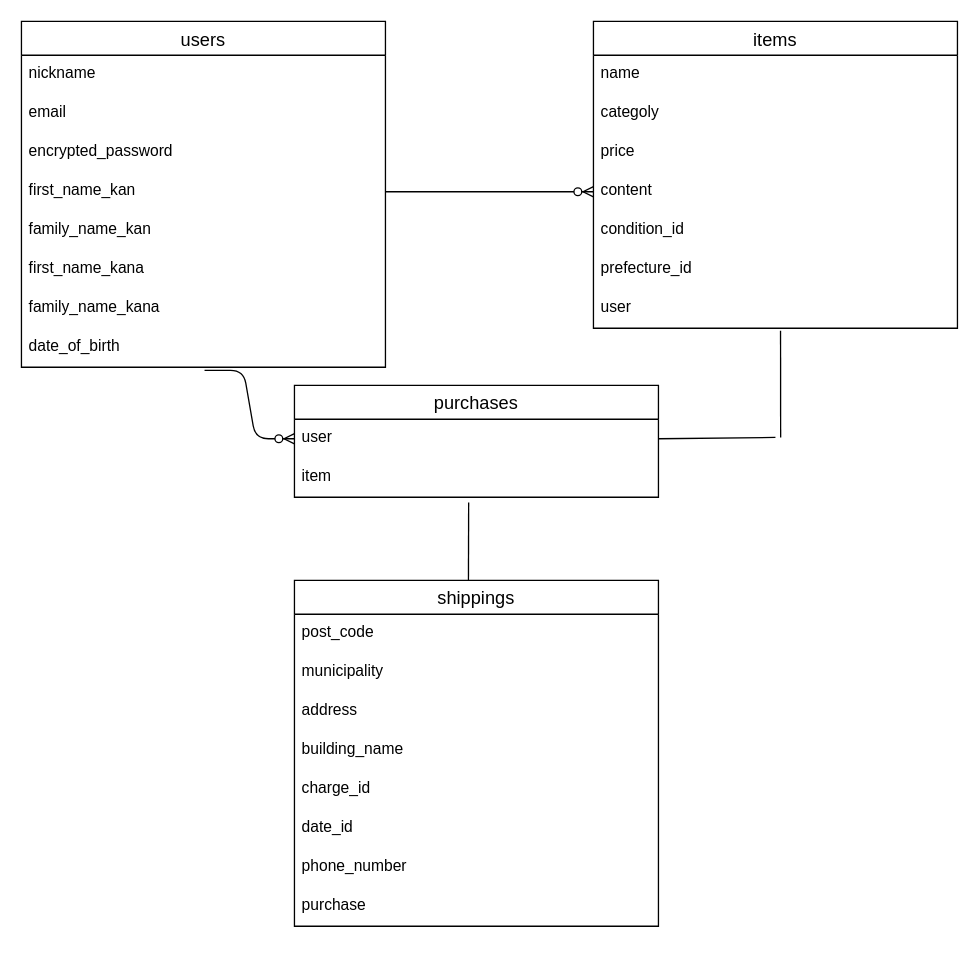
Gussan0829/furima-37407 keeps this draw.io diagram as ER.dio. Above is the earlier version. Source tidied: cells renumbered, new cells numbered last; positions are measured from the earlier drawing's top-left corner, leaving out a move shared by most shapes. Both pictures are drawn from the tidied source at 130%, with x=0, y=0 at pixel (21, 21).
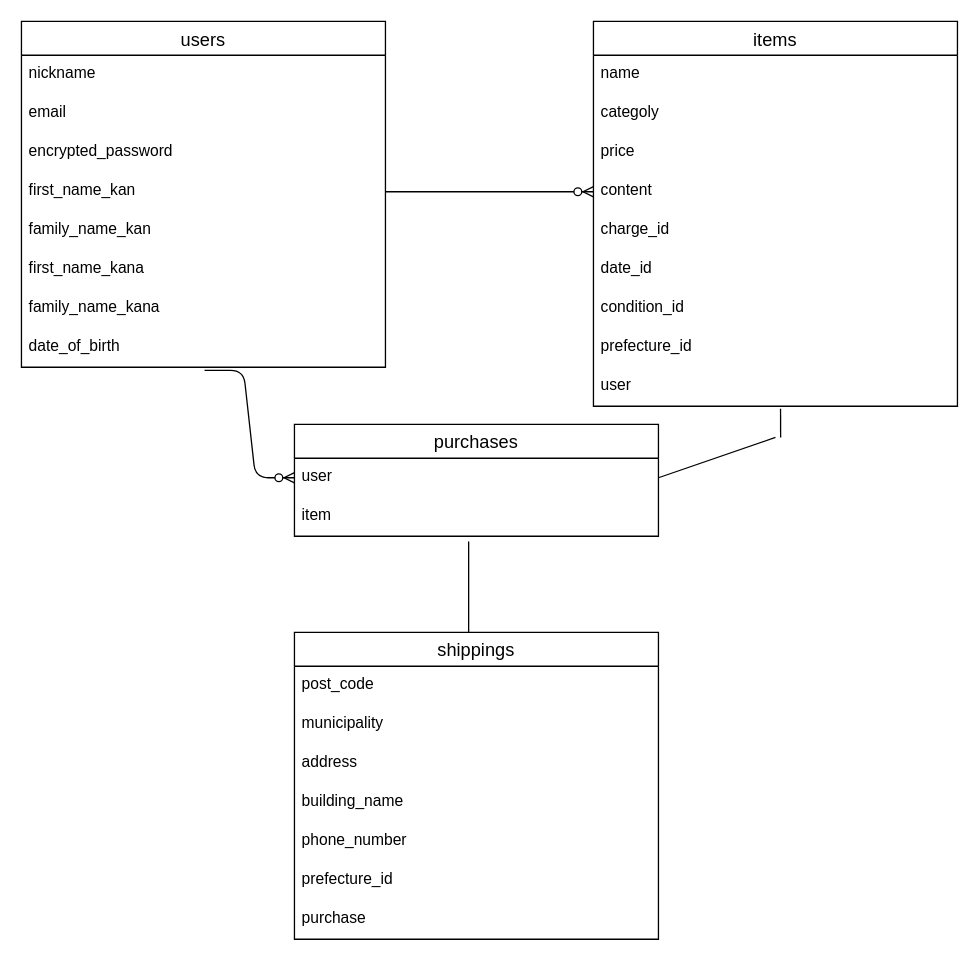
The same diagram, later.

Commit message (it also covers changes not shown here):
データベース設計の修正

Change to the diagram source:
```diff
@@
     <mxCell id="11" value="items" style="swimlane;fontStyle=0;horizontal=1;startSize=26;align=center;fontSize=14;rotation=0;" parent="1" vertex="1">
-      <mxGeometry x="440" width="280" height="236" as="geometry" />
+      <mxGeometry x="440" width="280" height="296" as="geometry" />
     </mxCell>
@@
+    <mxCell id="24" value="charge_id" style="text;strokeColor=none;fillColor=none;spacingLeft=4;spacingRight=4;overflow=hidden;fontSize=12;" parent="11" vertex="1">
+      <mxGeometry y="146" width="280" height="30" as="geometry" />
+    </mxCell>
+    <mxCell id="25" value="date_id" style="text;strokeColor=none;fillColor=none;spacingLeft=4;spacingRight=4;overflow=hidden;fontSize=12;" parent="11" vertex="1">
+      <mxGeometry y="176" width="280" height="30" as="geometry" />
+    </mxCell>
     <mxCell id="16" value="condition_id" style="text;strokeColor=none;fillColor=none;spacingLeft=4;spacingRight=4;overflow=hidden;fontSize=12;" parent="11" vertex="1">
-      <mxGeometry y="146" width="280" height="30" as="geometry" />
+      <mxGeometry y="206" width="280" height="30" as="geometry" />
     </mxCell>
     <mxCell id="17" value="prefecture_id" style="text;strokeColor=none;fillColor=none;spacingLeft=4;spacingRight=4;overflow=hidden;fontSize=12;" parent="11" vertex="1">
-      <mxGeometry y="176" width="280" height="30" as="geometry" />
+      <mxGeometry y="236" width="280" height="30" as="geometry" />
     </mxCell>
     <mxCell id="18" value="user" style="text;strokeColor=none;fillColor=none;spacingLeft=4;spacingRight=4;overflow=hidden;points=[[0,0.5],[1,0.5]];portConstraint=eastwest;fontSize=12;" parent="11" vertex="1">
-      <mxGeometry y="206" width="280" height="30" as="geometry" />
+      <mxGeometry y="266" width="280" height="30" as="geometry" />
     </mxCell>
     <mxCell id="19" value="shippings" style="swimlane;fontStyle=0;horizontal=1;startSize=26;align=center;fontSize=14;rotation=0;" parent="1" vertex="1">
-      <mxGeometry x="210" y="430" width="280" height="266" as="geometry" />
+      <mxGeometry x="210" y="470" width="280" height="236" as="geometry" />
     </mxCell>
@@
-    <mxCell id="24" value="charge_id " style="text;strokeColor=none;fillColor=none;spacingLeft=4;spacingRight=4;overflow=hidden;fontSize=12;" parent="19" vertex="1">
-      <mxGeometry y="146" width="280" height="30" as="geometry" />
-    </mxCell>
-    <mxCell id="25" value="date_id" style="text;strokeColor=none;fillColor=none;spacingLeft=4;spacingRight=4;overflow=hidden;fontSize=12;" parent="19" vertex="1">
-      <mxGeometry y="176" width="280" height="30" as="geometry" />
-    </mxCell>
+    <mxCell id="36" value="phone_number" style="text;strokeColor=none;fillColor=none;spacingLeft=4;spacingRight=4;overflow=hidden;fontSize=12;" parent="19" vertex="1">
+      <mxGeometry y="146" width="280" height="30" as="geometry" />
+    </mxCell>
-    <mxCell id="26" value="phone_number" style="text;strokeColor=none;fillColor=none;spacingLeft=4;spacingRight=4;overflow=hidden;fontSize=12;" parent="19" vertex="1">
-      <mxGeometry y="206" width="280" height="30" as="geometry" />
+    <mxCell id="26" value="prefecture_id" style="text;strokeColor=none;fillColor=none;spacingLeft=4;spacingRight=4;overflow=hidden;fontSize=12;" parent="19" vertex="1">
+      <mxGeometry y="176" width="280" height="30" as="geometry" />
     </mxCell>
     <mxCell id="27" value="purchase&#10;" style="text;strokeColor=none;fillColor=none;spacingLeft=4;spacingRight=4;overflow=hidden;fontSize=12;" parent="19" vertex="1">
-      <mxGeometry y="236" width="280" height="30" as="geometry" />
+      <mxGeometry y="206" width="280" height="30" as="geometry" />
     </mxCell>
     <mxCell id="28" value="purchases" style="swimlane;fontStyle=0;horizontal=1;startSize=26;align=center;fontSize=14;" parent="1" vertex="1">
-      <mxGeometry x="210" y="280" width="280" height="86" as="geometry" />
+      <mxGeometry x="210" y="310" width="280" height="86" as="geometry" />
     </mxCell>
@@
     <mxCell id="33" style="endArrow=none;html=1;rounded=0;entryX=0.478;entryY=0;entryDx=0;entryDy=0;entryPerimeter=0;" parent="1" edge="1" target="19">
       <mxGeometry relative="1" as="geometry">
-        <mxPoint x="344" y="370" as="sourcePoint" />
+        <mxPoint x="344" y="400" as="sourcePoint" />
+        <Array as="points">
+          <mxPoint x="344" y="470" />
+        </Array>
       </mxGeometry>
     </mxCell>
```
